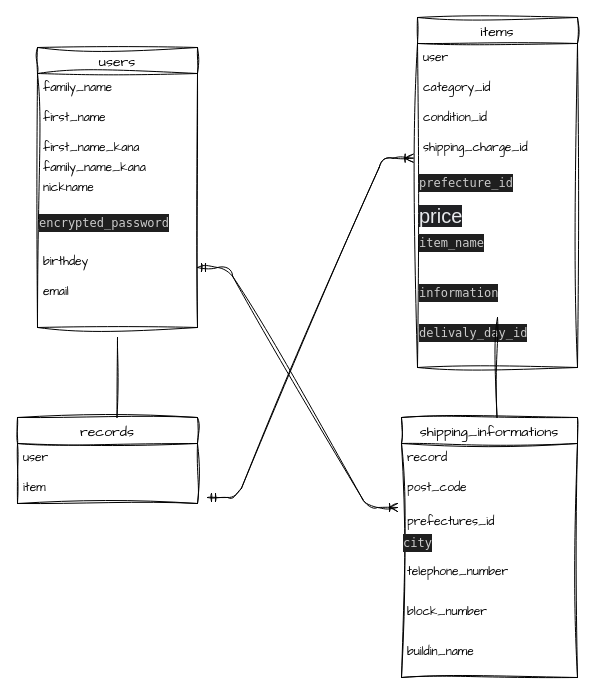
Before: test.dio in tsuyu6/furima-39944, a draw.io diagram. Source tidied: cells renumbered, new cells numbered last; positions are measured from the earlier drawing's top-left corner, leaving out a move shared by most shapes. Both pictures are drawn from the tidied source at 100%, with x=0, y=0 at pixel (17, 17).
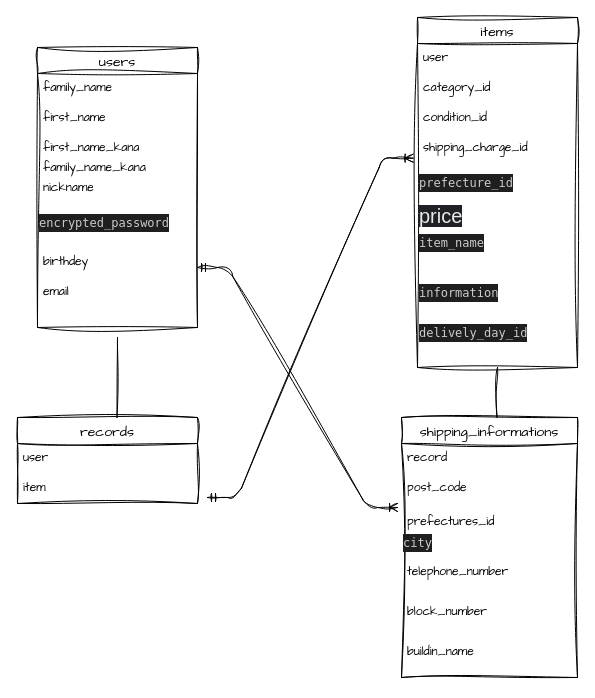
The same diagram, later.

Unchanged cells that the change refers to:
```xml
<mxCell id="11" value="items" style="swimlane;fontStyle=0;horizontal=1;startSize=26;align=center;fontSize=14;sketch=1;hachureGap=4;jiggle=2;curveFitting=1;fontFamily=Architects Daughter;" parent="1" vertex="1">
  <mxGeometry x="400" width="160" height="350" as="geometry" />
</mxCell>
<mxCell id="19" value="&lt;div style=&quot;color: rgb(204, 204, 204); background-color: rgb(31, 31, 31); font-family: Menlo, Monaco, &amp;quot;Courier New&amp;quot;, monospace; font-weight: normal; font-size: 12px; line-height: 18px;&quot;&gt;&lt;div style=&quot;line-height: 18px;&quot;&gt;information&lt;/div&gt;&lt;/div&gt;" style="text;whiteSpace=wrap;html=1;fontSize=20;fontFamily=Architects Daughter;" parent="11" vertex="1">
  <mxGeometry y="260" width="160" height="40" as="geometry" />
</mxCell>
```

The edit, as a diff of the source:
```diff
@@
-    <mxCell id="20" value="&lt;div style=&quot;color: rgb(204, 204, 204); background-color: rgb(31, 31, 31); font-family: Menlo, Monaco, &amp;quot;Courier New&amp;quot;, monospace; font-size: 12px; line-height: 18px;&quot;&gt;&lt;div style=&quot;line-height: 18px;&quot;&gt;delivaly_day_id&lt;/div&gt;&lt;/div&gt;" style="text;whiteSpace=wrap;html=1;fontSize=20;fontFamily=Architects Daughter;" parent="11" vertex="1">
+    <mxCell id="20" value="&lt;div style=&quot;color: rgb(204, 204, 204); background-color: rgb(31, 31, 31); font-family: Menlo, Monaco, &amp;quot;Courier New&amp;quot;, monospace; font-size: 12px; line-height: 18px;&quot;&gt;&lt;div style=&quot;line-height: 18px;&quot;&gt;delively_day_id&lt;/div&gt;&lt;/div&gt;" style="text;whiteSpace=wrap;html=1;fontSize=20;fontFamily=Architects Daughter;" parent="11" vertex="1">
       <mxGeometry y="300" width="160" height="50" as="geometry" />
     </mxCell>
@@
-    <mxCell id="35" style="endArrow=none;html=1;rounded=0;sketch=1;hachureGap=4;jiggle=2;curveFitting=1;fontFamily=Architects Daughter;fontSize=16;exitX=0.5;exitY=1;exitDx=0;exitDy=0;" parent="1" edge="1" source="19">
+    <mxCell id="35" style="endArrow=none;html=1;rounded=0;sketch=1;hachureGap=4;jiggle=2;curveFitting=1;fontFamily=Architects Daughter;fontSize=16;" parent="1" edge="1">
       <mxGeometry relative="1" as="geometry">
+        <mxPoint x="480" y="350" as="sourcePoint" />
         <mxPoint x="479.5" y="400" as="targetPoint" />
       </mxGeometry>
     </mxCell>
```
